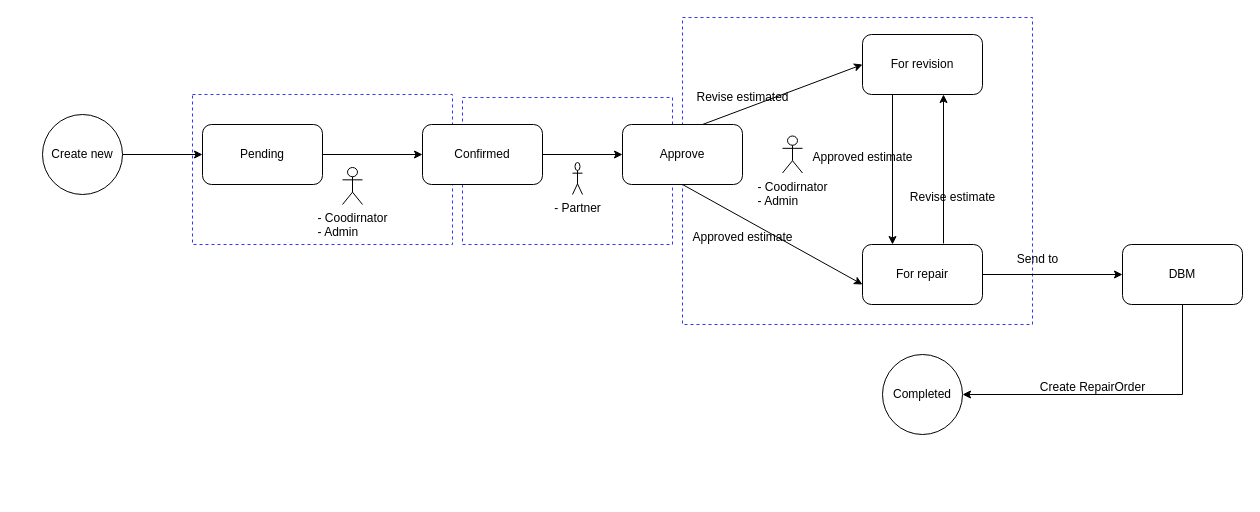
This is page "InsuranceClaim" (10 of 10) of Untitled Diagram.drawio from hoa89nguyen/testGIT, a draw.io file, before an edit. Source tidied: cells renumbered, new cells numbered last; positions are measured from the earlier drawing's top-left corner, leaving out a move shared by most shapes. Both pictures are drawn from the tidied source at 100%, with x=0, y=0 at pixel (42, 17).
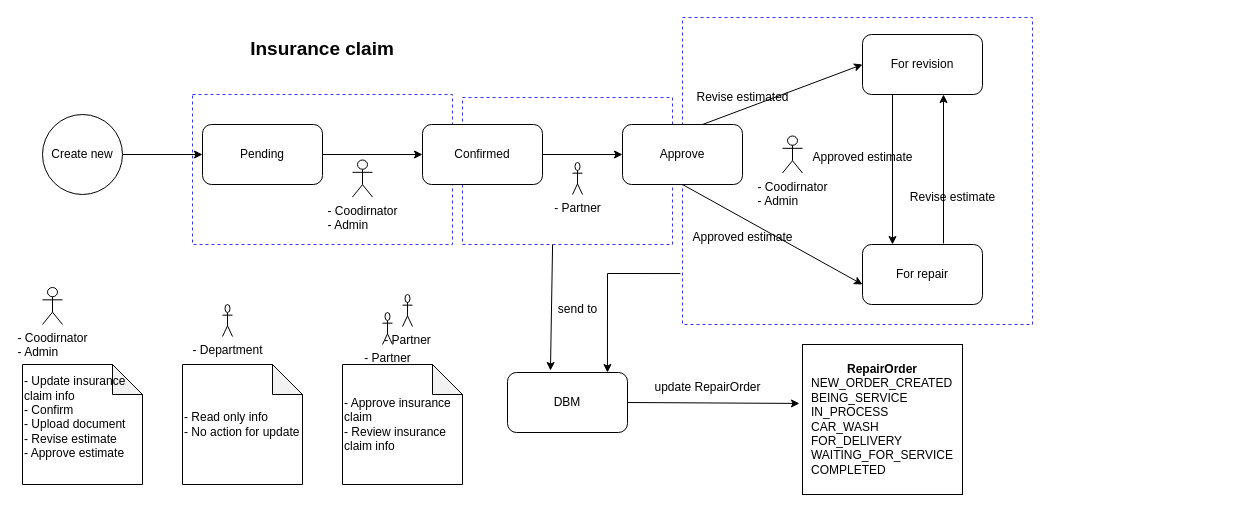
Above is the later version.

Unchanged cells that the change refers to:
```xml
<mxCell id="2" style="rounded=0;whiteSpace=wrap;html=1;dashed=1;strokeColor=#3333FF;" parent="1" vertex="1">
  <mxGeometry x="420" y="80" width="210" height="147" as="geometry" />
</mxCell>
<mxCell id="3" style="rounded=0;whiteSpace=wrap;html=1;dashed=1;strokeColor=#3333FF;" parent="1" vertex="1">
  <mxGeometry x="640" width="350" height="307" as="geometry" />
</mxCell>
```

Diff of the diagram source:
```diff
@@
-    <mxCell id="19" value="DBM" style="rounded=1;whiteSpace=wrap;html=1;" parent="1" vertex="1">
-      <mxGeometry x="1080" y="227" width="120" height="60" as="geometry" />
-    </mxCell>
-    <mxCell id="20" style="endArrow=classic;html=1;rounded=0;entryX=0;entryY=0.5;entryDx=0;entryDy=0;" parent="1" edge="1" target="19">
-      <mxGeometry relative="1" as="geometry">
-        <mxPoint x="940" y="257" as="sourcePoint" />
-      </mxGeometry>
-    </mxCell>
-    <mxCell id="21" value="Send to" style="text;html=1;align=center;verticalAlign=middle;strokeColor=none;fillColor=none;" parent="1" vertex="1">
-      <mxGeometry x="965" y="227" width="60" height="30" as="geometry" />
-    </mxCell>
-    <mxCell id="22" style="endArrow=classic;html=1;rounded=0;entryX=1;entryY=0.5;entryDx=0;entryDy=0;" parent="1" edge="1" target="25">
-      <mxGeometry relative="1" as="geometry">
-        <mxPoint x="1140" y="287" as="sourcePoint" />
-        <Array as="points">
-          <mxPoint x="1140" y="377" />
-        </Array>
-      </mxGeometry>
-    </mxCell>
-    <mxCell id="23" value="Create RepairOrder" style="text;html=1;align=center;verticalAlign=middle;strokeColor=none;fillColor=none;" parent="1" vertex="1">
-      <mxGeometry x="985" y="355" width="130" height="30" as="geometry" />
+    <mxCell id="23" value="update RepairOrder" style="text;html=1;align=center;verticalAlign=middle;strokeColor=none;fillColor=none;" parent="1" vertex="1">
+      <mxGeometry x="600" y="355" width="130" height="30" as="geometry" />
     </mxCell>
@@
-    <mxCell id="25" value="Completed" style="ellipse;whiteSpace=wrap;html=1;" parent="1" vertex="1">
-      <mxGeometry x="840" y="337" width="80" height="80" as="geometry" />
-    </mxCell>
@@
     <mxCell id="29" value="&lt;div style=&quot;text-align: left;&quot;&gt;&lt;span style=&quot;background-color: transparent; color: light-dark(rgb(0, 0, 0), rgb(255, 255, 255));&quot;&gt;- Coodirnator&lt;/span&gt;&lt;/div&gt;&lt;div style=&quot;text-align: left;&quot;&gt;&lt;span style=&quot;background-color: transparent; color: light-dark(rgb(0, 0, 0), rgb(255, 255, 255));&quot;&gt;- Admin&lt;/span&gt;&lt;/div&gt;" style="shape=umlActor;verticalLabelPosition=bottom;verticalAlign=top;html=1;" parent="1" vertex="1">
-      <mxGeometry x="300" y="150" width="20" height="37" as="geometry" />
+      <mxGeometry x="310" y="142.5" width="20" height="37" as="geometry" />
     </mxCell>
@@
+    <mxCell id="19" value="DBM" style="rounded=1;whiteSpace=wrap;html=1;" parent="1" vertex="1">
+      <mxGeometry x="465" y="355" width="120" height="60" as="geometry" />
+    </mxCell>
+    <mxCell id="32" style="endArrow=classic;html=1;rounded=0;exitX=0.429;exitY=1;exitDx=0;exitDy=0;exitPerimeter=0;entryX=0.358;entryY=-0.033;entryDx=0;entryDy=0;entryPerimeter=0;" parent="1" edge="1" source="2" target="19">
+      <mxGeometry relative="1" as="geometry" />
+    </mxCell>
+    <mxCell id="33" value="send to" style="text;html=1;align=center;verticalAlign=middle;strokeColor=none;fillColor=none;" parent="1" vertex="1">
+      <mxGeometry x="505" y="277" width="60" height="30" as="geometry" />
+    </mxCell>
+    <mxCell id="34" value="&lt;b&gt;RepairOrder&lt;/b&gt;&lt;br&gt;&lt;div style=&quot;text-align: left;&quot;&gt;NEW_ORDER_CREATED&lt;/div&gt;&lt;div style=&quot;text-align: left;&quot;&gt;BEING_SERVICE&lt;/div&gt;&lt;div style=&quot;text-align: left;&quot;&gt;IN_PROCESS&lt;/div&gt;&lt;div style=&quot;text-align: left;&quot;&gt;CAR_WASH&lt;/div&gt;&lt;div style=&quot;text-align: left;&quot;&gt;FOR_DELIVERY&lt;/div&gt;&lt;div style=&quot;text-align: left;&quot;&gt;WAITING_FOR_SERVICE&lt;/div&gt;&lt;div style=&quot;text-align: left;&quot;&gt;COMPLETED&lt;/div&gt;" style="rounded=0;whiteSpace=wrap;html=1;" parent="1" vertex="1">
+      <mxGeometry x="760" y="327" width="160" height="150" as="geometry" />
+    </mxCell>
+    <mxCell id="35" style="endArrow=classic;html=1;rounded=0;exitX=-0.006;exitY=0.834;exitDx=0;exitDy=0;exitPerimeter=0;entryX=0.833;entryY=0;entryDx=0;entryDy=0;entryPerimeter=0;" parent="1" edge="1" source="3" target="19">
+      <mxGeometry relative="1" as="geometry">
+        <Array as="points">
+          <mxPoint x="565" y="256" />
+        </Array>
+      </mxGeometry>
+    </mxCell>
+    <mxCell id="36" style="endArrow=classic;html=1;rounded=0;entryX=-0.019;entryY=0.393;entryDx=0;entryDy=0;entryPerimeter=0;exitX=1;exitY=0.5;exitDx=0;exitDy=0;" parent="1" edge="1" source="19" target="34">
+      <mxGeometry relative="1" as="geometry" />
+    </mxCell>
+    <mxCell id="37" value="&lt;font style=&quot;font-size: 19px;&quot;&gt;Insurance claim&lt;/font&gt;" style="text;html=1;align=center;verticalAlign=middle;whiteSpace=wrap;rounded=0;fontStyle=1;" parent="1" vertex="1">
+      <mxGeometry x="200" y="17" width="160" height="30" as="geometry" />
+    </mxCell>
+    <mxCell id="38" value="&lt;div style=&quot;text-align: left;&quot;&gt;&lt;span style=&quot;background-color: transparent; color: light-dark(rgb(0, 0, 0), rgb(255, 255, 255));&quot;&gt;- Coodirnator&lt;/span&gt;&lt;/div&gt;&lt;div style=&quot;text-align: left;&quot;&gt;&lt;span style=&quot;background-color: transparent; color: light-dark(rgb(0, 0, 0), rgb(255, 255, 255));&quot;&gt;- Admin&lt;/span&gt;&lt;/div&gt;" style="shape=umlActor;verticalLabelPosition=bottom;verticalAlign=top;html=1;" parent="1" vertex="1">
+      <mxGeometry y="270" width="20" height="37" as="geometry" />
+    </mxCell>
+    <mxCell id="39" value="- Update insurance claim info&lt;div&gt;- Confirm&lt;/div&gt;&lt;div&gt;- Upload document&lt;/div&gt;&lt;div&gt;- Revise estimate&lt;/div&gt;&lt;div&gt;- Approve estimate&lt;br&gt;&lt;div&gt;&lt;br&gt;&lt;/div&gt;&lt;/div&gt;" style="shape=note;whiteSpace=wrap;html=1;backgroundOutline=1;darkOpacity=0.05;align=left;" parent="1" vertex="1">
+      <mxGeometry x="-20" y="347" width="120" height="120" as="geometry" />
+    </mxCell>
+    <mxCell id="40" value="- Partner" style="shape=umlActor;verticalLabelPosition=bottom;verticalAlign=top;html=1;" parent="1" vertex="1">
+      <mxGeometry x="360" y="277" width="10" height="32" as="geometry" />
+    </mxCell>
+    <mxCell id="41" value="- Approve insurance claim&lt;div&gt;- Review insurance claim info&lt;/div&gt;" style="shape=note;whiteSpace=wrap;html=1;backgroundOutline=1;darkOpacity=0.05;align=left;" parent="1" vertex="1">
+      <mxGeometry x="300" y="347" width="120" height="120" as="geometry" />
+    </mxCell>
+    <mxCell id="42" value="- Partner" style="shape=umlActor;verticalLabelPosition=bottom;verticalAlign=top;html=1;" parent="1" vertex="1">
+      <mxGeometry x="340" y="295" width="10" height="32" as="geometry" />
+    </mxCell>
+    <mxCell id="43" value="&lt;span style=&quot;text-align: center;&quot;&gt;- Read only info&lt;/span&gt;&lt;br style=&quot;text-align: center;&quot;&gt;&lt;div&gt;&lt;span style=&quot;background-color: transparent; color: light-dark(rgb(0, 0, 0), rgb(255, 255, 255));&quot;&gt;- No action for update&lt;/span&gt;&lt;/div&gt;" style="shape=note;whiteSpace=wrap;html=1;backgroundOutline=1;darkOpacity=0.05;align=left;" parent="1" vertex="1">
+      <mxGeometry x="140" y="347" width="120" height="120" as="geometry" />
+    </mxCell>
+    <mxCell id="44" value="- Department" style="shape=umlActor;verticalLabelPosition=bottom;verticalAlign=top;html=1;" parent="1" vertex="1">
+      <mxGeometry x="180" y="287" width="10" height="32" as="geometry" />
+    </mxCell>
```
